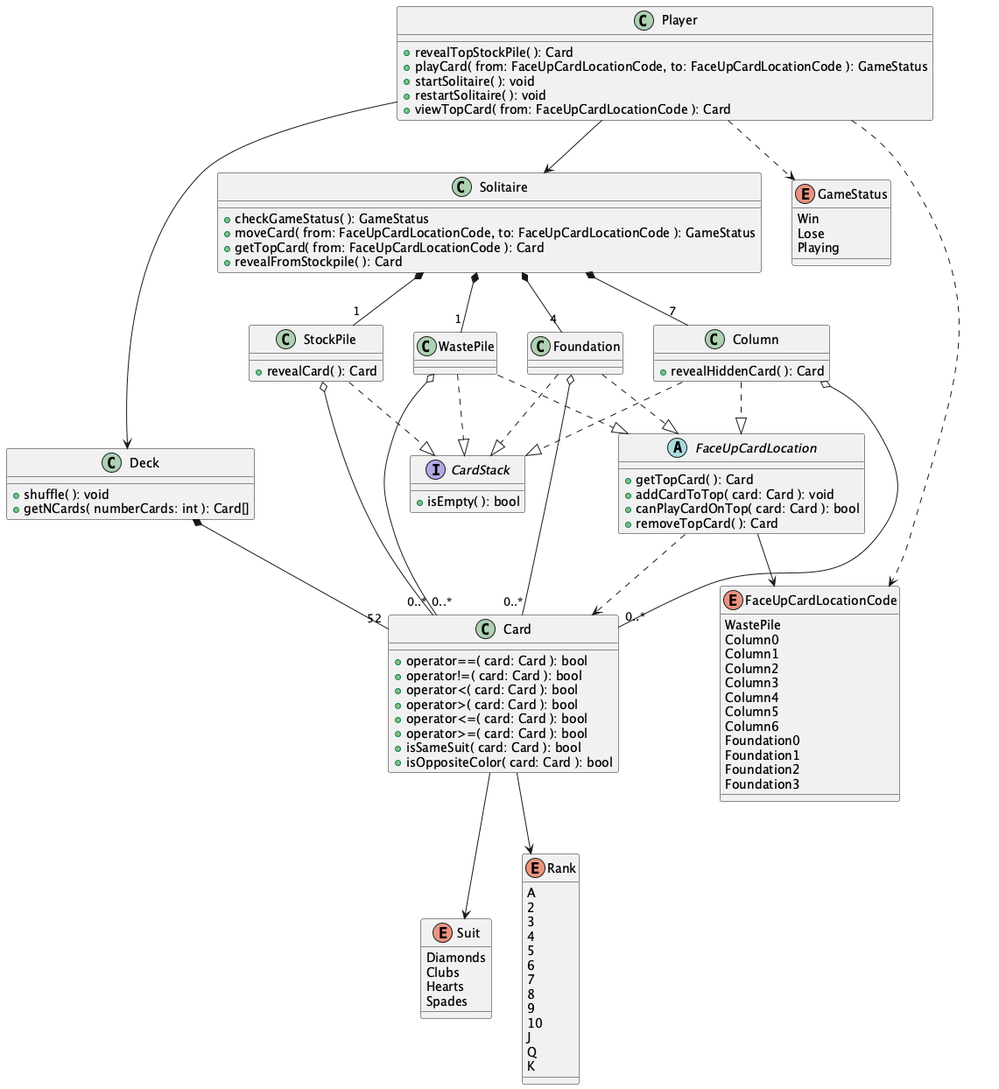
Earlier version of the PlantUML export docs/class_diagram.png (CamilaAlvarez/Solitaire-X11).
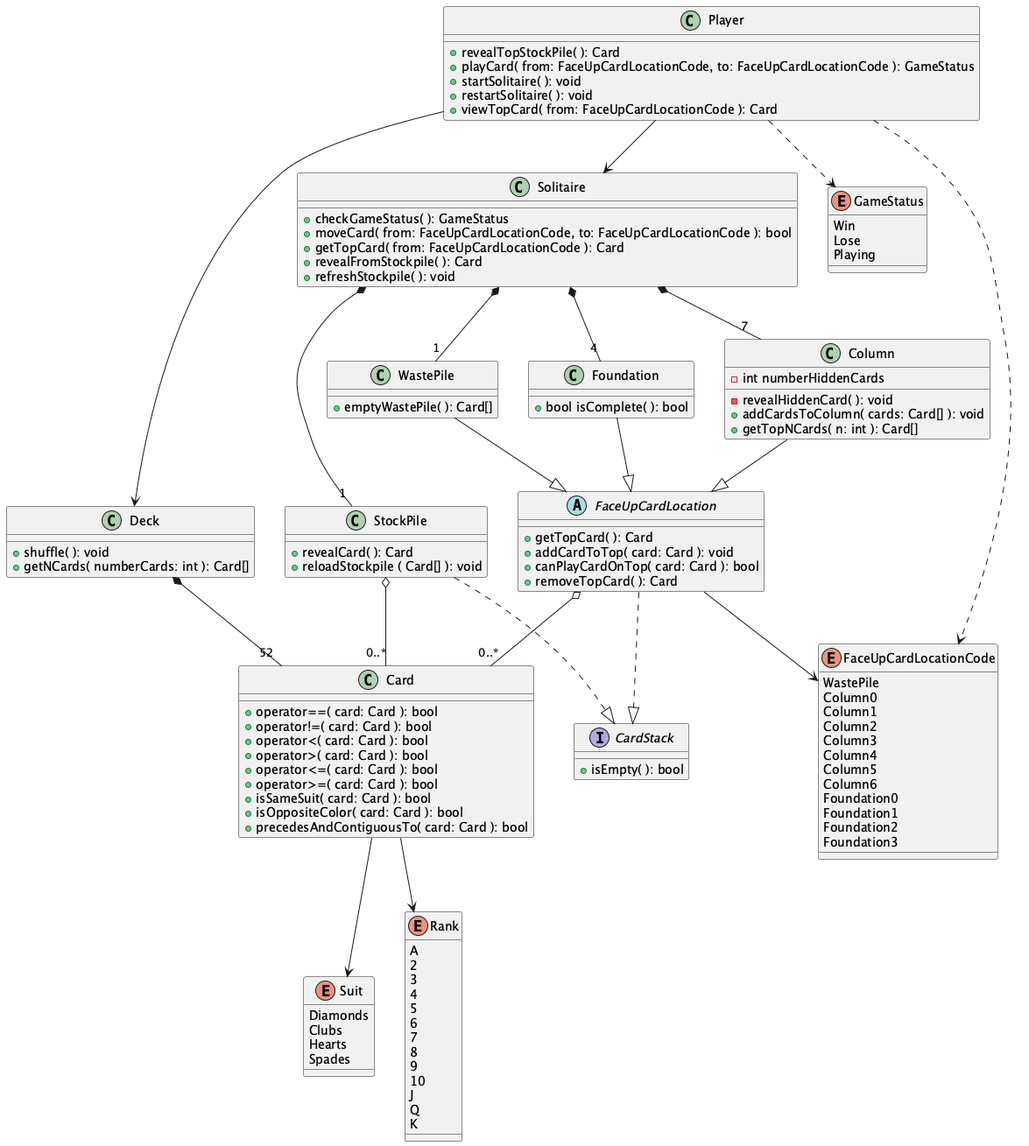
The same diagram one commit later.

Commit message:
Card now works with pointers

We modify some of Card's methods parameters to receive pointers instead
of references

The edit, as a diff of the source:
```diff
@@ -29,20 +29,30 @@
 	+ operator>=( card: Card ): bool
 	+ isSameSuit( card: Card ): bool
 	+ isOppositeColor( card: Card ): bool
+	+ precedesAndContiguousTo( card: Card ): bool
 }
 class Solitaire {
 	+ checkGameStatus( ): GameStatus
-	+ moveCard( from: FaceUpCardLocationCode, to: FaceUpCardLocationCode ): GameStatus
+	+ moveCard( from: FaceUpCardLocationCode, to: FaceUpCardLocationCode ): bool
 	+ getTopCard( from: FaceUpCardLocationCode ): Card
 	+ revealFromStockpile( ): Card
+	+ refreshStockpile( ): void
 }
 class StockPile {
 	+ revealCard( ): Card
+	+ reloadStockpile ( Card[] ): void
 }
-class WastePile
-class Foundation
+class WastePile {
+	+ emptyWastePile( ): Card[]
+}
+class Foundation {
+	+ bool isComplete( ): bool
+}
 class Column {
-	+ revealHiddenCard( ): Card
+	- int numberHiddenCards
+	- revealHiddenCard( ): void
+	+ addCardsToColumn( cards: Card[] ): void
+	+ getTopNCards( n: int ): Card[]
 }
 
 Player --> Deck
@@ -51,10 +61,8 @@
 Player ..> FaceUpCardLocationCode
 
 Deck *-- "52" Card
-WastePile o-- "0..*" Card
+FaceUpCardLocation o-- "0..*" Card
 StockPile o-- "0..*"  Card
-Foundation o-- "0..*" Card
-Column o-- "0..*" Card
 
 Card --> Suit
 Card --> Rank
@@ -65,16 +73,13 @@
 Solitaire *-- "1" WastePile
 
 
-Foundation ..|> FaceUpCardLocation
-Column ..|> FaceUpCardLocation
-WastePile ..|> FaceUpCardLocation
+Foundation --|> FaceUpCardLocation
+Column --|> FaceUpCardLocation
+WastePile --|> FaceUpCardLocation
 FaceUpCardLocation --> FaceUpCardLocationCode
-FaceUpCardLocation ..> Card
 
-Foundation ..|> CardStack
-Column ..|> CardStack
 StockPile ..|> CardStack
-WastePile ..|> CardStack
+FaceUpCardLocation ..|> CardStack
 
 enum Suit {
 	Diamonds
```
